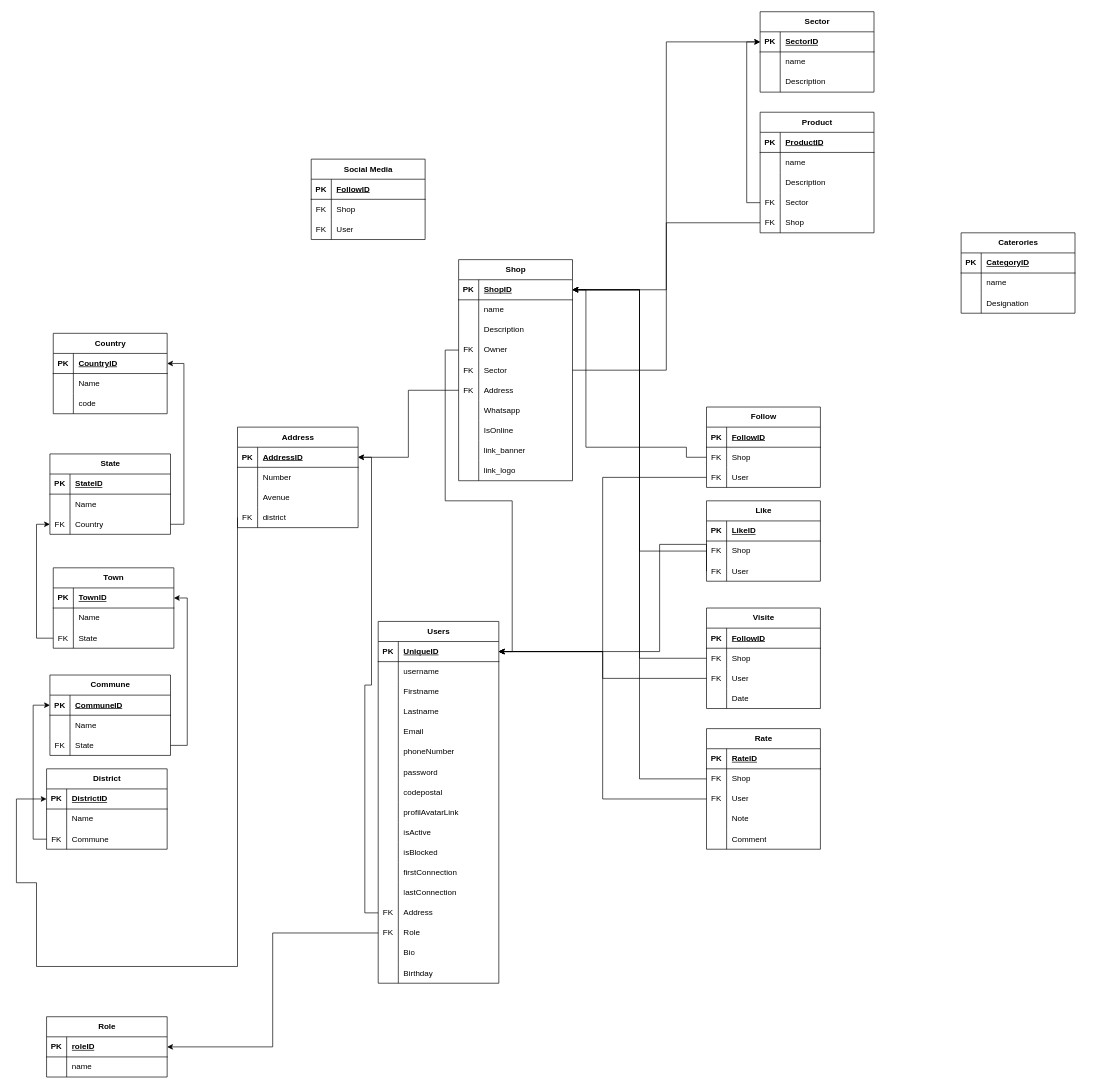
Before: Tekango.drawio in internalTekango/3.0.tekango.template, a draw.io diagram. Source tidied: cells renumbered, new cells numbered last; positions are measured from the earlier drawing's top-left corner, leaving out a move shared by most shapes. Both pictures are drawn from the tidied source at 67%, with x=0, y=0 at pixel (16, 11).
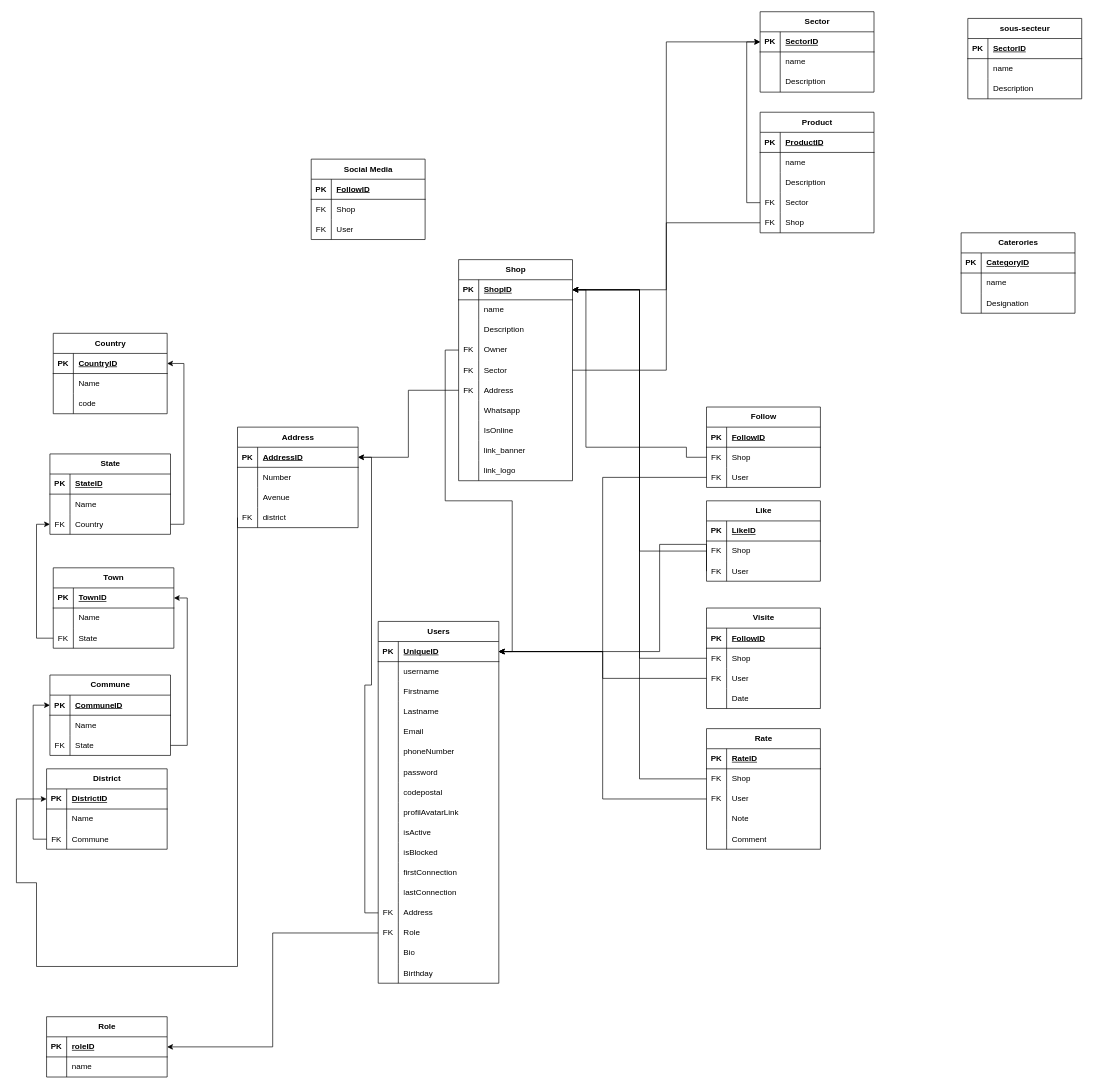
After the change.

Commit message:
Mettre à jour Tekango.drawio

Diff of the diagram source:
```diff
@@
+    <mxCell id="270" value="sous-secteur" style="shape=table;startSize=30;childLayout=tableLayout;rowLines=0;fontStyle=1;align=center;html=1;" parent="1" vertex="1">
+      <mxGeometry x="1420" y="10" width="170" height="120" as="geometry" />
+    </mxCell>
+    <mxCell id="271" style="shape=tableRow;horizontal=0;startSize=0;swimlaneHead=0;swimlaneBody=0;fillColor=none;top=0;left=0;right=0;bottom=1;" parent="270" vertex="1">
+      <mxGeometry y="30" width="170" height="30" as="geometry" />
+    </mxCell>
+    <mxCell id="272" value="PK" style="shape=partialRectangle;fillColor=none;top=0;left=0;bottom=0;right=0;fontStyle=1;overflow=hidden;whiteSpace=wrap;html=1;" parent="271" vertex="1">
+      <mxGeometry width="30" height="30" as="geometry" />
+    </mxCell>
+    <mxCell id="273" value="SectorID" style="shape=partialRectangle;fillColor=none;top=0;left=0;bottom=0;right=0;align=left;spacingLeft=6;fontStyle=5;overflow=hidden;whiteSpace=wrap;html=1;" parent="271" vertex="1">
+      <mxGeometry x="30" width="140" height="30" as="geometry" />
+    </mxCell>
+    <mxCell id="274" style="shape=tableRow;horizontal=0;startSize=0;swimlaneHead=0;swimlaneBody=0;fillColor=none;top=0;left=0;right=0;bottom=0;" parent="270" vertex="1">
+      <mxGeometry y="60" width="170" height="30" as="geometry" />
+    </mxCell>
+    <mxCell id="275" style="shape=partialRectangle;fillColor=none;top=0;left=0;bottom=0;right=0;overflow=hidden;whiteSpace=wrap;html=1;" parent="274" vertex="1">
+      <mxGeometry width="30" height="30" as="geometry" />
+    </mxCell>
+    <mxCell id="276" value="name" style="shape=partialRectangle;fillColor=none;top=0;left=0;bottom=0;right=0;align=left;spacingLeft=6;overflow=hidden;whiteSpace=wrap;html=1;" parent="274" vertex="1">
+      <mxGeometry x="30" width="140" height="30" as="geometry" />
+    </mxCell>
+    <mxCell id="277" style="shape=tableRow;horizontal=0;startSize=0;swimlaneHead=0;swimlaneBody=0;fillColor=none;top=0;left=0;right=0;bottom=0;" parent="270" vertex="1">
+      <mxGeometry y="90" width="170" height="30" as="geometry" />
+    </mxCell>
+    <mxCell id="278" style="shape=partialRectangle;fillColor=none;top=0;left=0;bottom=0;right=0;overflow=hidden;whiteSpace=wrap;html=1;" parent="277" vertex="1">
+      <mxGeometry width="30" height="30" as="geometry" />
+    </mxCell>
+    <mxCell id="279" value="Description" style="shape=partialRectangle;fillColor=none;top=0;left=0;bottom=0;right=0;align=left;spacingLeft=6;overflow=hidden;whiteSpace=wrap;html=1;" parent="277" vertex="1">
+      <mxGeometry x="30" width="140" height="30" as="geometry" />
+    </mxCell>
```
